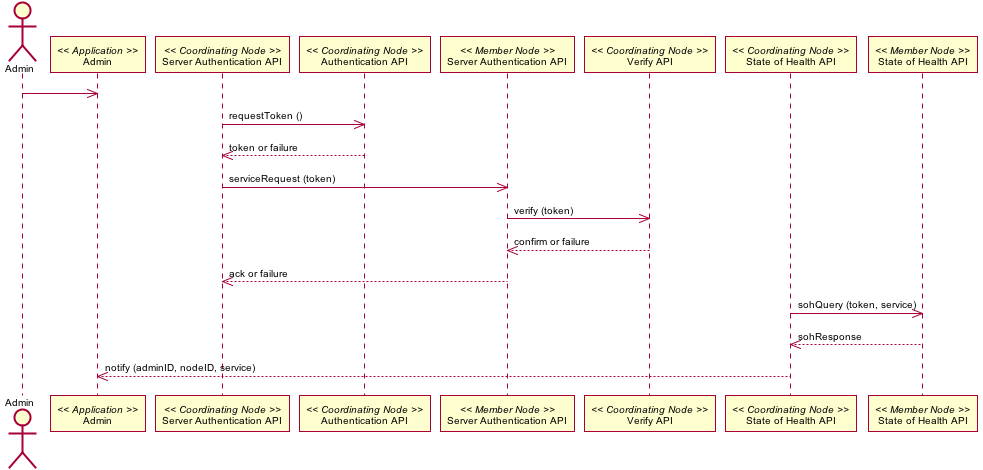
Earlier version of the PlantUML export source/UseCases/images/10_interaction.png (datadavev/DataONE_architecture).
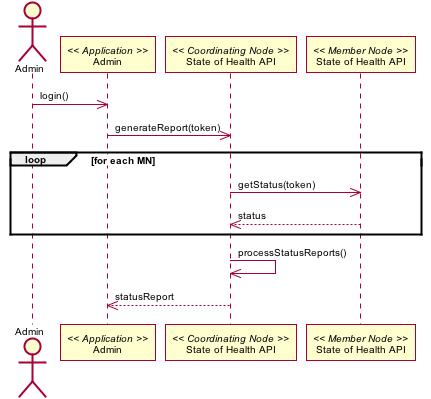
After the change.

Change to the diagram source:
```diff
@@ -58,20 +58,14 @@
 skinparam usecaseArrowFontName arial
 actor Admin
 participant "Admin" as app_admin << Application >>
-Admin -> app_admin
-participant "Server Authentication API" as c_srv_auth << Coordinating Node >>
-participant "Authentication API" as c_authenticate << Coordinating Node >>
-c_srv_auth -> c_authenticate: requestToken ()
-c_srv_auth <-- c_authenticate: token or failure
-participant "Server Authentication API" as m_authenticate << Member Node >>
-c_srv_auth -> m_authenticate: serviceRequest (token)
-participant "Verify API" as c_ver << Coordinating Node >>
-m_authenticate -> c_ver: verify (token)
-m_authenticate <-- c_ver: confirm or failure
-c_srv_auth <-- m_authenticate: ack or failure
+Admin -> app_admin: login()
 participant "State of Health API" as c_health << Coordinating Node >>
 participant "State of Health API" as m_health << Member Node >>
-c_health -> m_health: sohQuery (token, service)
-c_health <-- m_health: sohResponse
-app_admin <-- c_health: notify (adminID, nodeID, service)
+app_admin -> c_health: generateReport(token)
+loop for each MN
+c_health -> m_health: getStatus(token)
+m_health --> c_health: status
+end
+c_health -> c_health: processStatusReports()
+c_health --> app_admin: statusReport
 @enduml
```
